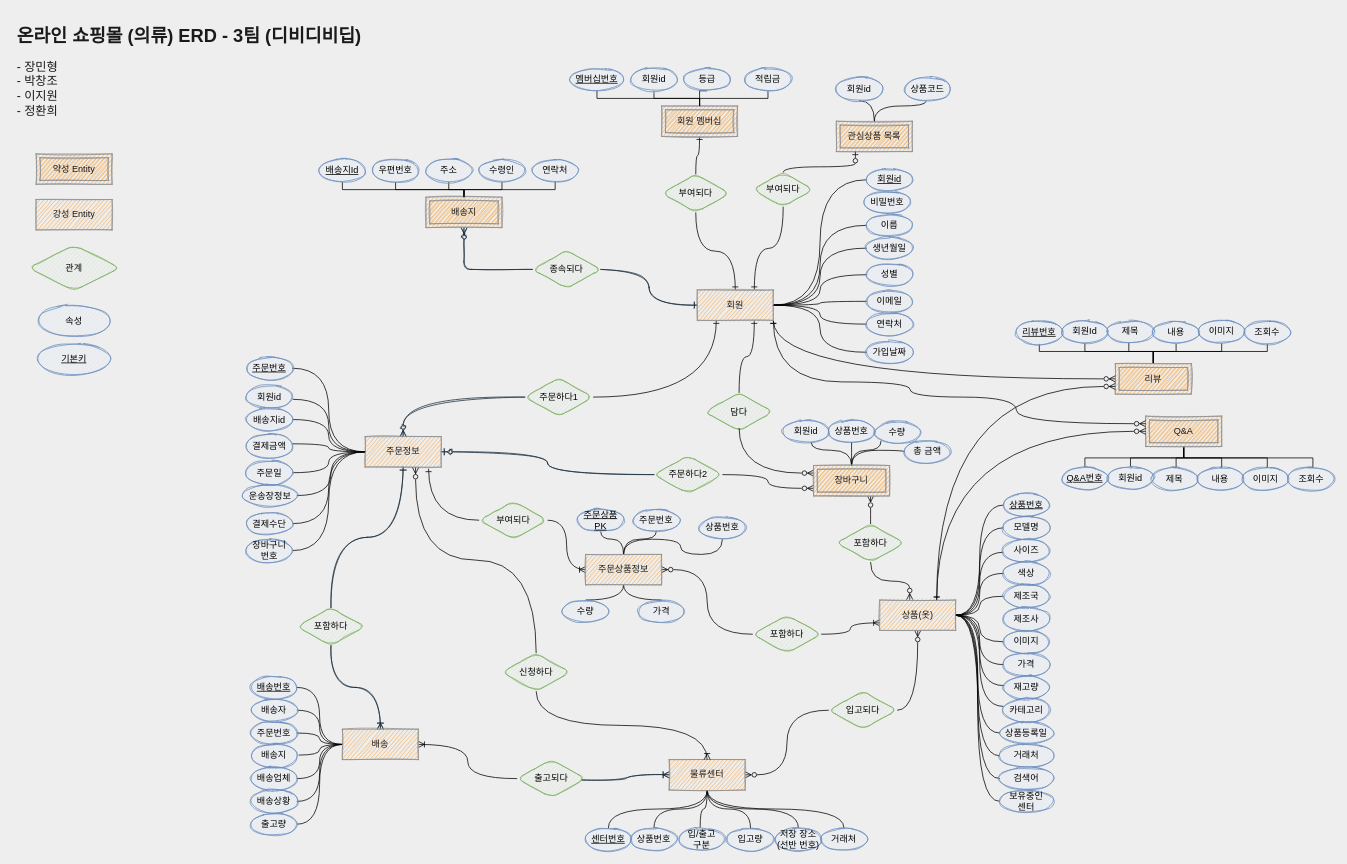
Above: page "페이지-2" (2 of 3) of Untitled Diagram.drawio in pcjo1202/DataBase-design (draw.io), before the change. Source tidied: cells renumbered, new cells numbered last; positions are measured from the earlier drawing's top-left corner, leaving out a move shared by most shapes. Both pictures are drawn from the tidied source at 76%, with x=0, y=0 at pixel (13, 21).
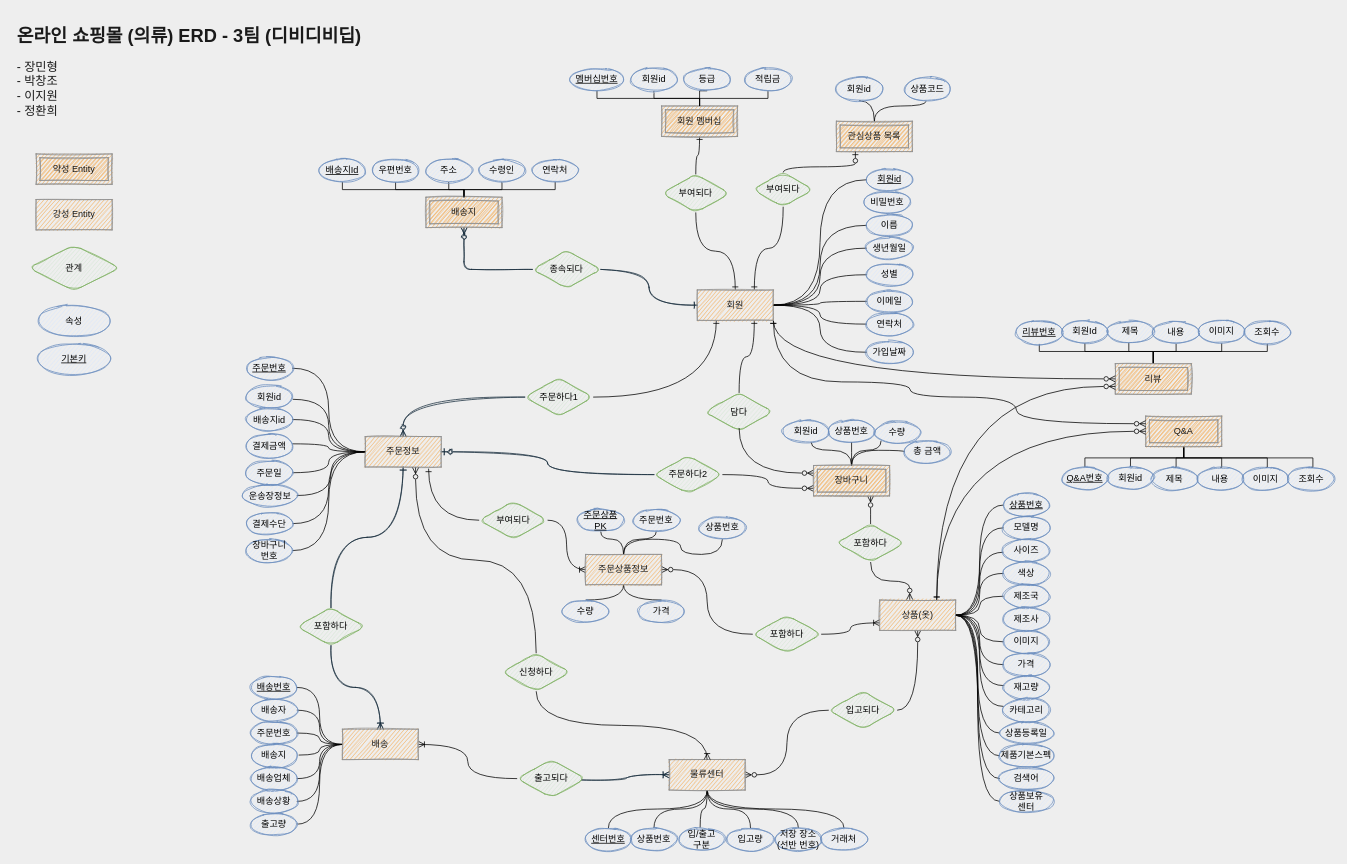
After the change.

The edit, as a diff of the source:
```diff
@@
-    <mxCell id="193" value="거래처" style="ellipse;whiteSpace=wrap;html=1;align=center;rounded=0;sketch=1;strokeColor=#6c8ebf;fillColor=#dae8fc;" parent="1" vertex="1">
+    <mxCell id="193" value="제품기본스펙" style="ellipse;whiteSpace=wrap;html=1;align=center;rounded=0;sketch=1;strokeColor=#6c8ebf;fillColor=#dae8fc;" parent="1" vertex="1">
       <mxGeometry x="1298" y="952" width="70" height="30" as="geometry" />
     </mxCell>
@@
-    <mxCell id="206" value="보유중인&lt;br&gt;센터" style="ellipse;whiteSpace=wrap;html=1;align=center;rounded=0;sketch=1;strokeColor=#6c8ebf;fillColor=#dae8fc;" parent="1" vertex="1">
+    <mxCell id="206" value="상품보유&lt;br&gt;센터" style="ellipse;whiteSpace=wrap;html=1;align=center;rounded=0;sketch=1;strokeColor=#6c8ebf;fillColor=#dae8fc;" parent="1" vertex="1">
       <mxGeometry x="1298" y="1012" width="70" height="30" as="geometry" />
     </mxCell>
```
